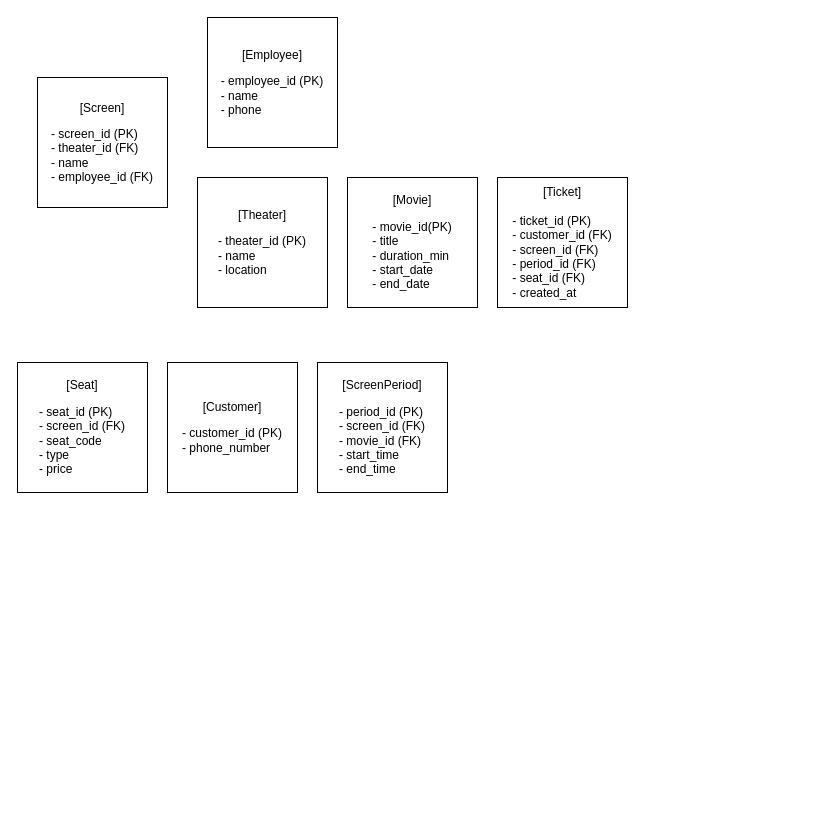
Above: Task/DBmodeling/theater.drawio in dev365code/backend12 (draw.io), before the change. Source tidied: cells renumbered, new cells numbered last; positions are measured from the earlier drawing's top-left corner, leaving out a move shared by most shapes. Both pictures are drawn from the tidied source at 100%, with x=0, y=0 at pixel (17, 17).
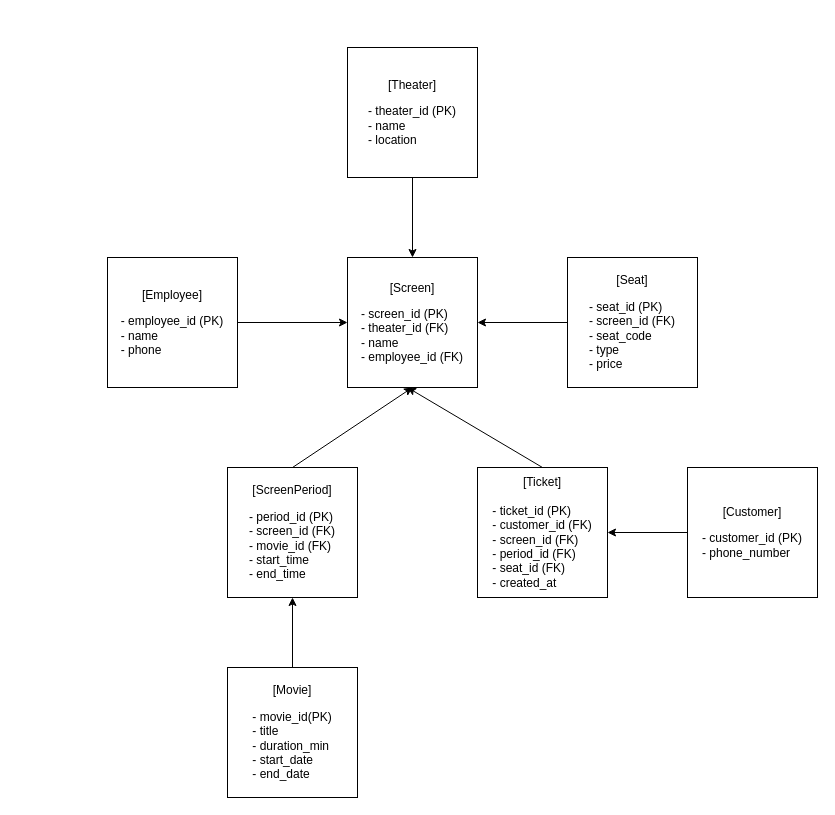
After the change.

What changed in the source:
```diff
@@
 <mxGraphModel>
   <root>
     <mxCell id="0" />
     <mxCell id="1" parent="0" />
     <mxCell id="2" value="&lt;p class=&quot;p1&quot;&gt;[Theater]&lt;br&gt;&lt;/p&gt;&lt;div style=&quot;text-align: left;&quot;&gt;&lt;span style=&quot;background-color: transparent; color: light-dark(rgb(0, 0, 0), rgb(255, 255, 255));&quot;&gt;- theater&lt;/span&gt;&lt;span style=&quot;background-color: transparent; color: light-dark(rgb(0, 0, 0), rgb(255, 255, 255));&quot;&gt;_id (PK)&lt;/span&gt;&lt;/div&gt;&lt;span style=&quot;background-color: transparent; color: light-dark(rgb(0, 0, 0), rgb(255, 255, 255));&quot;&gt;&lt;div style=&quot;text-align: left;&quot;&gt;&lt;span style=&quot;background-color: transparent; color: light-dark(rgb(0, 0, 0), rgb(255, 255, 255));&quot;&gt;- name&lt;/span&gt;&lt;/div&gt;&lt;/span&gt;&lt;span style=&quot;background-color: transparent; color: light-dark(rgb(0, 0, 0), rgb(255, 255, 255));&quot;&gt;&lt;div style=&quot;text-align: left;&quot;&gt;&lt;span style=&quot;background-color: transparent; color: light-dark(rgb(0, 0, 0), rgb(255, 255, 255));&quot;&gt;- location&lt;/span&gt;&lt;/div&gt;&lt;/span&gt;&lt;p&gt;&lt;/p&gt;" style="whiteSpace=wrap;html=1;" parent="1" vertex="1">
-      <mxGeometry x="180" y="160" width="130" height="130" as="geometry" />
+      <mxGeometry x="330" y="30" width="130" height="130" as="geometry" />
     </mxCell>
     <mxCell id="3" value="&lt;p class=&quot;p1&quot;&gt;&lt;span style=&quot;background-color: transparent; color: light-dark(rgb(0, 0, 0), rgb(255, 255, 255));&quot;&gt;[Movie]&lt;br&gt;&lt;/span&gt;&lt;/p&gt;&lt;div style=&quot;text-align: left;&quot;&gt;&lt;span style=&quot;background-color: transparent; color: light-dark(rgb(0, 0, 0), rgb(255, 255, 255));&quot;&gt;- movie_id(PK)&lt;/span&gt;&lt;/div&gt;&lt;span style=&quot;background-color: transparent; color: light-dark(rgb(0, 0, 0), rgb(255, 255, 255));&quot;&gt;&lt;div style=&quot;&quot;&gt;&lt;div style=&quot;text-align: left;&quot;&gt;&lt;span style=&quot;background-color: transparent; color: light-dark(rgb(0, 0, 0), rgb(255, 255, 255));&quot;&gt;- title&lt;/span&gt;&lt;/div&gt;&lt;span style=&quot;background-color: transparent; color: light-dark(rgb(0, 0, 0), rgb(255, 255, 255));&quot;&gt;&lt;div style=&quot;&quot;&gt;&lt;div style=&quot;text-align: left;&quot;&gt;&lt;span style=&quot;background-color: transparent; color: light-dark(rgb(0, 0, 0), rgb(255, 255, 255));&quot;&gt;- duration_min&lt;/span&gt;&lt;/div&gt;&lt;span style=&quot;background-color: transparent; color: light-dark(rgb(0, 0, 0), rgb(255, 255, 255));&quot;&gt;&lt;div style=&quot;text-align: left;&quot;&gt;&lt;span style=&quot;background-color: transparent; color: light-dark(rgb(0, 0, 0), rgb(255, 255, 255));&quot;&gt;- start_date&lt;/span&gt;&lt;/div&gt;&lt;/span&gt;&lt;/div&gt;&lt;div style=&quot;text-align: left;&quot;&gt;&lt;span style=&quot;background-color: transparent; color: light-dark(rgb(0, 0, 0), rgb(255, 255, 255));&quot;&gt;- end_date&lt;/span&gt;&lt;/div&gt;&lt;/span&gt;&lt;/div&gt;&lt;/span&gt;&lt;p&gt;&lt;/p&gt;&lt;p&gt;&lt;/p&gt;" style="whiteSpace=wrap;html=1;" parent="1" vertex="1">
-      <mxGeometry x="330" y="160" width="130" height="130" as="geometry" />
+      <mxGeometry x="210" y="650" width="130" height="130" as="geometry" />
     </mxCell>
     <mxCell id="4" value="[Ticket]&lt;div&gt;&lt;br&gt;&lt;div style=&quot;text-align: left;&quot;&gt;&lt;span style=&quot;background-color: transparent; color: light-dark(rgb(0, 0, 0), rgb(255, 255, 255));&quot;&gt;- ticket_id (PK)&lt;/span&gt;&lt;/div&gt;&lt;div style=&quot;text-align: left;&quot;&gt;&lt;span style=&quot;background-color: transparent; color: light-dark(rgb(0, 0, 0), rgb(255, 255, 255));&quot;&gt;- customer_id (FK)&lt;/span&gt;&lt;/div&gt;&lt;div style=&quot;text-align: left;&quot;&gt;&lt;span style=&quot;background-color: transparent; color: light-dark(rgb(0, 0, 0), rgb(255, 255, 255));&quot;&gt;- screen_id (FK)&lt;/span&gt;&lt;/div&gt;&lt;div style=&quot;text-align: left;&quot;&gt;&lt;span style=&quot;background-color: transparent; color: light-dark(rgb(0, 0, 0), rgb(255, 255, 255));&quot;&gt;- period_id (FK)&lt;/span&gt;&lt;/div&gt;&lt;div style=&quot;text-align: left;&quot;&gt;&lt;span style=&quot;background-color: transparent; color: light-dark(rgb(0, 0, 0), rgb(255, 255, 255));&quot;&gt;- seat_id (FK)&lt;/span&gt;&lt;/div&gt;&lt;div style=&quot;text-align: left;&quot;&gt;&lt;span style=&quot;background-color: transparent; color: light-dark(rgb(0, 0, 0), rgb(255, 255, 255));&quot;&gt;- created_at&lt;/span&gt;&lt;/div&gt;&lt;/div&gt;" style="whiteSpace=wrap;html=1;" parent="1" vertex="1">
-      <mxGeometry x="480" y="160" width="130" height="130" as="geometry" />
+      <mxGeometry x="460" y="450" width="130" height="130" as="geometry" />
     </mxCell>
     <mxCell id="5" value="&lt;p class=&quot;p1&quot;&gt;&lt;span style=&quot;background-color: transparent; color: light-dark(rgb(0, 0, 0), rgb(255, 255, 255));&quot;&gt;[Customer]&lt;/span&gt;&lt;/p&gt;&lt;p class=&quot;p2&quot;&gt;&lt;/p&gt;&lt;div style=&quot;text-align: left;&quot;&gt;&lt;span style=&quot;background-color: transparent; color: light-dark(rgb(0, 0, 0), rgb(255, 255, 255));&quot;&gt;- customer_id (PK)&lt;/span&gt;&lt;/div&gt;&lt;span style=&quot;background-color: transparent; color: light-dark(rgb(0, 0, 0), rgb(255, 255, 255));&quot;&gt;&lt;div style=&quot;text-align: left;&quot;&gt;&lt;span style=&quot;background-color: transparent; color: light-dark(rgb(0, 0, 0), rgb(255, 255, 255));&quot;&gt;- phone_number&lt;/span&gt;&lt;/div&gt;&lt;/span&gt;&lt;p&gt;&lt;/p&gt;" style="whiteSpace=wrap;html=1;" parent="1" vertex="1">
-      <mxGeometry x="150" y="345" width="130" height="130" as="geometry" />
+      <mxGeometry x="670" y="450" width="130" height="130" as="geometry" />
     </mxCell>
     <mxCell id="6" value="&lt;p class=&quot;p1&quot;&gt;[ScreenPeriod]&lt;/p&gt;&lt;p class=&quot;p1&quot;&gt;&lt;/p&gt;&lt;div style=&quot;text-align: left;&quot;&gt;&lt;span style=&quot;background-color: transparent; color: light-dark(rgb(0, 0, 0), rgb(255, 255, 255));&quot;&gt;- period_id (PK)&lt;/span&gt;&lt;/div&gt;&lt;span style=&quot;background-color: transparent; color: light-dark(rgb(0, 0, 0), rgb(255, 255, 255));&quot;&gt;&lt;div style=&quot;text-align: left;&quot;&gt;&lt;span style=&quot;background-color: transparent; color: light-dark(rgb(0, 0, 0), rgb(255, 255, 255));&quot;&gt;- screen_id (FK)&lt;/span&gt;&lt;/div&gt;&lt;/span&gt;&lt;span style=&quot;background-color: transparent; color: light-dark(rgb(0, 0, 0), rgb(255, 255, 255));&quot;&gt;&lt;div style=&quot;text-align: left;&quot;&gt;&lt;span style=&quot;background-color: transparent; color: light-dark(rgb(0, 0, 0), rgb(255, 255, 255));&quot;&gt;- movie_id (FK)&lt;/span&gt;&lt;/div&gt;&lt;/span&gt;&lt;span style=&quot;background-color: transparent; color: light-dark(rgb(0, 0, 0), rgb(255, 255, 255));&quot;&gt;&lt;div style=&quot;text-align: left;&quot;&gt;&lt;span style=&quot;background-color: transparent; color: light-dark(rgb(0, 0, 0), rgb(255, 255, 255));&quot;&gt;- start_time&lt;/span&gt;&lt;/div&gt;&lt;/span&gt;&lt;span style=&quot;background-color: transparent; color: light-dark(rgb(0, 0, 0), rgb(255, 255, 255));&quot;&gt;&lt;div style=&quot;text-align: left;&quot;&gt;&lt;span style=&quot;background-color: transparent; color: light-dark(rgb(0, 0, 0), rgb(255, 255, 255));&quot;&gt;- end_time&lt;/span&gt;&lt;/div&gt;&lt;/span&gt;&lt;p&gt;&lt;/p&gt;" style="whiteSpace=wrap;html=1;" parent="1" vertex="1">
-      <mxGeometry x="300" y="345" width="130" height="130" as="geometry" />
+      <mxGeometry x="210" y="450" width="130" height="130" as="geometry" />
     </mxCell>
     <mxCell id="7" value="&lt;p class=&quot;p1&quot;&gt;[Seat]&lt;/p&gt;&lt;p class=&quot;p1&quot;&gt;&lt;/p&gt;&lt;div style=&quot;text-align: left;&quot;&gt;&lt;span style=&quot;background-color: transparent; color: light-dark(rgb(0, 0, 0), rgb(255, 255, 255));&quot;&gt;- seat_id (PK)&lt;/span&gt;&lt;/div&gt;&lt;span style=&quot;background-color: transparent; color: light-dark(rgb(0, 0, 0), rgb(255, 255, 255));&quot;&gt;&lt;div style=&quot;text-align: left;&quot;&gt;&lt;span style=&quot;background-color: transparent; color: light-dark(rgb(0, 0, 0), rgb(255, 255, 255));&quot;&gt;- screen_id&lt;/span&gt;&lt;span style=&quot;background-color: transparent; color: light-dark(rgb(0, 0, 0), rgb(255, 255, 255));&quot;&gt;&amp;nbsp;(FK)&lt;/span&gt;&lt;/div&gt;&lt;/span&gt;&lt;span style=&quot;background-color: transparent; color: light-dark(rgb(0, 0, 0), rgb(255, 255, 255));&quot;&gt;&lt;div style=&quot;text-align: left;&quot;&gt;&lt;span style=&quot;background-color: transparent; color: light-dark(rgb(0, 0, 0), rgb(255, 255, 255));&quot;&gt;- seat_code&lt;/span&gt;&lt;/div&gt;&lt;/span&gt;&lt;span style=&quot;background-color: transparent; color: light-dark(rgb(0, 0, 0), rgb(255, 255, 255));&quot;&gt;&lt;div style=&quot;text-align: left;&quot;&gt;&lt;span style=&quot;background-color: transparent; color: light-dark(rgb(0, 0, 0), rgb(255, 255, 255));&quot;&gt;- type&lt;/span&gt;&lt;/div&gt;&lt;/span&gt;&lt;span style=&quot;background-color: transparent; color: light-dark(rgb(0, 0, 0), rgb(255, 255, 255));&quot;&gt;&lt;div style=&quot;text-align: left;&quot;&gt;&lt;span style=&quot;background-color: transparent; color: light-dark(rgb(0, 0, 0), rgb(255, 255, 255));&quot;&gt;- price&lt;/span&gt;&lt;/div&gt;&lt;/span&gt;&lt;p&gt;&lt;/p&gt;" style="whiteSpace=wrap;html=1;" parent="1" vertex="1">
-      <mxGeometry y="345" width="130" height="130" as="geometry" />
+      <mxGeometry x="550" y="240" width="130" height="130" as="geometry" />
     </mxCell>
     <mxCell id="8" value="&lt;p class=&quot;p1&quot;&gt;[Screen]&lt;/p&gt;&lt;p class=&quot;p1&quot;&gt;&lt;/p&gt;&lt;div style=&quot;text-align: left;&quot;&gt;&lt;span style=&quot;background-color: transparent; color: light-dark(rgb(0, 0, 0), rgb(255, 255, 255));&quot;&gt;- screen_id (PK)&lt;/span&gt;&lt;/div&gt;&lt;span style=&quot;background-color: transparent; color: light-dark(rgb(0, 0, 0), rgb(255, 255, 255));&quot;&gt;&lt;div style=&quot;text-align: left;&quot;&gt;&lt;span style=&quot;background-color: transparent; color: light-dark(rgb(0, 0, 0), rgb(255, 255, 255));&quot;&gt;- theater_id (FK)&lt;/span&gt;&lt;/div&gt;&lt;/span&gt;&lt;span style=&quot;background-color: transparent; color: light-dark(rgb(0, 0, 0), rgb(255, 255, 255));&quot;&gt;&lt;div style=&quot;text-align: left;&quot;&gt;&lt;span style=&quot;background-color: transparent; color: light-dark(rgb(0, 0, 0), rgb(255, 255, 255));&quot;&gt;- name&lt;/span&gt;&lt;/div&gt;&lt;/span&gt;&lt;span style=&quot;background-color: transparent; color: light-dark(rgb(0, 0, 0), rgb(255, 255, 255));&quot;&gt;&lt;div style=&quot;text-align: left;&quot;&gt;&lt;span style=&quot;background-color: transparent; color: light-dark(rgb(0, 0, 0), rgb(255, 255, 255));&quot;&gt;- employee_id (FK)&lt;/span&gt;&lt;/div&gt;&lt;/span&gt;&lt;p&gt;&lt;/p&gt;" style="whiteSpace=wrap;html=1;" parent="1" vertex="1">
-      <mxGeometry x="20" y="60" width="130" height="130" as="geometry" />
+      <mxGeometry x="330" y="240" width="130" height="130" as="geometry" />
     </mxCell>
     <mxCell id="9" value="&lt;p class=&quot;p1&quot;&gt;[Employee]&lt;/p&gt;&lt;p class=&quot;p1&quot;&gt;&lt;/p&gt;&lt;div style=&quot;text-align: left;&quot;&gt;&lt;span style=&quot;background-color: transparent; color: light-dark(rgb(0, 0, 0), rgb(255, 255, 255));&quot;&gt;- employee_id (PK)&lt;/span&gt;&lt;/div&gt;&lt;span style=&quot;background-color: transparent; color: light-dark(rgb(0, 0, 0), rgb(255, 255, 255));&quot;&gt;&lt;div style=&quot;text-align: left;&quot;&gt;&lt;span style=&quot;background-color: transparent; color: light-dark(rgb(0, 0, 0), rgb(255, 255, 255));&quot;&gt;- name&lt;/span&gt;&lt;/div&gt;&lt;/span&gt;&lt;span style=&quot;background-color: transparent; color: light-dark(rgb(0, 0, 0), rgb(255, 255, 255));&quot;&gt;&lt;div style=&quot;text-align: left;&quot;&gt;&lt;span style=&quot;background-color: transparent; color: light-dark(rgb(0, 0, 0), rgb(255, 255, 255));&quot;&gt;- phone&lt;/span&gt;&lt;/div&gt;&lt;/span&gt;&lt;p&gt;&lt;/p&gt;" style="whiteSpace=wrap;html=1;" parent="1" vertex="1">
-      <mxGeometry x="190" width="130" height="130" as="geometry" />
+      <mxGeometry x="90" y="240" width="130" height="130" as="geometry" />
     </mxCell>
+    <mxCell id="10" style="endArrow=classic;html=1;rounded=0;exitX=0.5;exitY=0;exitDx=0;exitDy=0;entryX=0.5;entryY=1;entryDx=0;entryDy=0;" parent="1" edge="1" source="6" target="8">
+      <mxGeometry relative="1" as="geometry" />
+    </mxCell>
+    <mxCell id="11" style="endArrow=classic;html=1;rounded=0;exitX=0.5;exitY=0;exitDx=0;exitDy=0;" parent="1" edge="1" source="4">
+      <mxGeometry relative="1" as="geometry">
+        <mxPoint x="390" y="370" as="targetPoint" />
+      </mxGeometry>
+    </mxCell>
+    <mxCell id="12" style="endArrow=classic;html=1;rounded=0;exitX=0.5;exitY=0;exitDx=0;exitDy=0;entryX=0.5;entryY=1;entryDx=0;entryDy=0;" parent="1" edge="1" source="3" target="6">
+      <mxGeometry relative="1" as="geometry" />
+    </mxCell>
+    <mxCell id="13" style="endArrow=classic;html=1;rounded=0;entryX=1;entryY=0.5;entryDx=0;entryDy=0;exitX=0;exitY=0.5;exitDx=0;exitDy=0;" parent="1" edge="1" source="5" target="4">
+      <mxGeometry relative="1" as="geometry" />
+    </mxCell>
+    <mxCell id="14" style="endArrow=classic;html=1;rounded=0;exitX=1;exitY=0.5;exitDx=0;exitDy=0;entryX=0;entryY=0.5;entryDx=0;entryDy=0;" parent="1" edge="1" source="9" target="8">
+      <mxGeometry relative="1" as="geometry" />
+    </mxCell>
+    <mxCell id="15" style="endArrow=classic;html=1;rounded=0;entryX=1;entryY=0.5;entryDx=0;entryDy=0;exitX=0;exitY=0.5;exitDx=0;exitDy=0;" parent="1" edge="1" source="7" target="8">
+      <mxGeometry relative="1" as="geometry" />
+    </mxCell>
+    <mxCell id="16" style="endArrow=classic;html=1;rounded=0;exitX=0.5;exitY=1;exitDx=0;exitDy=0;entryX=0.5;entryY=0;entryDx=0;entryDy=0;" parent="1" edge="1" source="2" target="8">
+      <mxGeometry relative="1" as="geometry" />
+    </mxCell>
   </root>
 </mxGraphModel>
```
